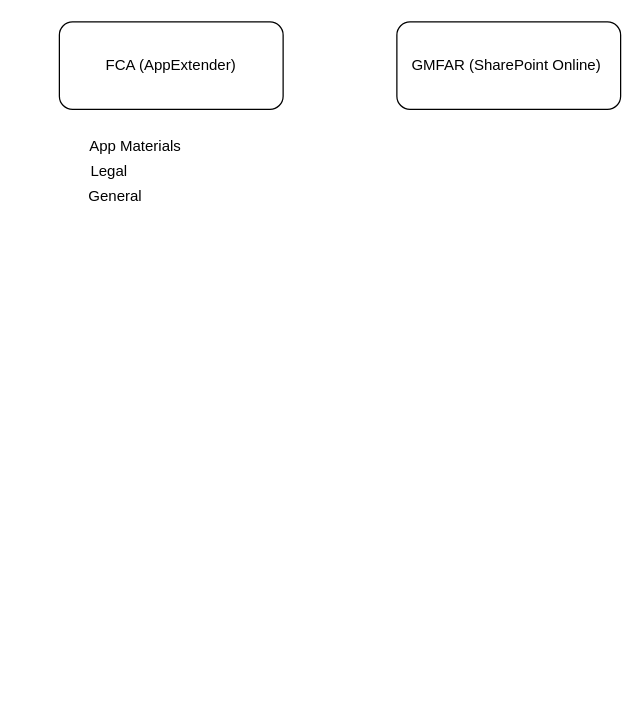
ednat14/edna keeps this draw.io diagram as page "FCA" (6 of 7) of Nintex Workflow Cloud.drawio. Above is the earlier version. Source tidied: cells renumbered, new cells numbered last; positions are measured from the earlier drawing's top-left corner, leaving out a move shared by most shapes. Both pictures are drawn from the tidied source at 125%, with x=0, y=0 at pixel (59, 21).
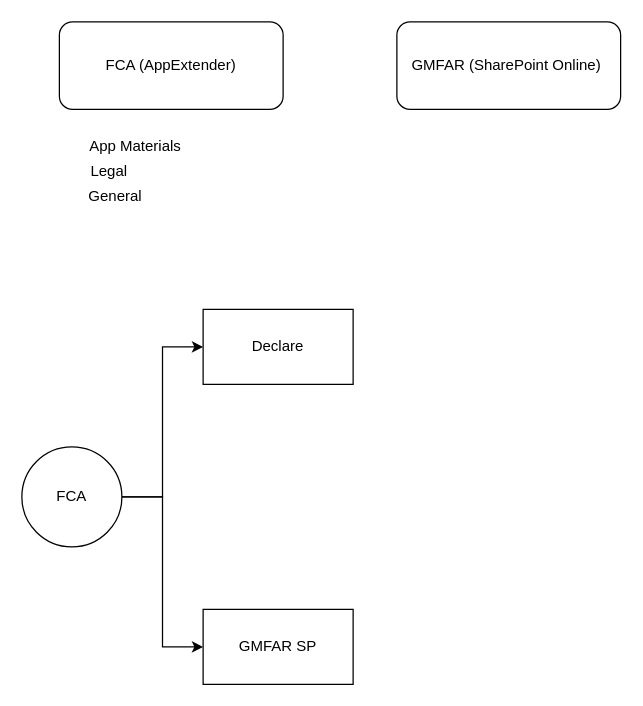
Above is the later version.

The edit, as a diff of the source:
```diff
@@
 <mxGraphModel>
   <root>
     <mxCell id="0" />
     <mxCell id="1" parent="0" />
     <mxCell id="2" value="FCA (AppExtender)" style="rounded=1;whiteSpace=wrap;html=1;" parent="1" vertex="1">
       <mxGeometry width="179" height="70" as="geometry" />
     </mxCell>
     <mxCell id="3" value="GMFAR (SharePoint Online)&amp;nbsp;" style="rounded=1;whiteSpace=wrap;html=1;" parent="1" vertex="1">
       <mxGeometry x="270" width="179" height="70" as="geometry" />
     </mxCell>
     <mxCell id="4" value="App Materials" style="text;html=1;strokeColor=none;fillColor=none;align=center;verticalAlign=middle;whiteSpace=wrap;rounded=0;" parent="1" vertex="1">
       <mxGeometry x="10.5" y="90" width="100" height="20" as="geometry" />
     </mxCell>
     <mxCell id="5" value="Legal" style="text;html=1;strokeColor=none;fillColor=none;align=center;verticalAlign=middle;whiteSpace=wrap;rounded=0;" parent="1" vertex="1">
       <mxGeometry y="110" width="80" height="20" as="geometry" />
     </mxCell>
     <mxCell id="6" value="General" style="text;html=1;strokeColor=none;fillColor=none;align=center;verticalAlign=middle;whiteSpace=wrap;rounded=0;" parent="1" vertex="1">
       <mxGeometry x="5" y="130" width="80" height="20" as="geometry" />
     </mxCell>
+    <mxCell id="7" style="edgeStyle=orthogonalEdgeStyle;rounded=0;jettySize=auto;html=1;entryX=0;entryY=0.5;entryDx=0;entryDy=0;" parent="1" edge="1" source="9" target="10">
+      <mxGeometry relative="1" as="geometry" />
+    </mxCell>
+    <mxCell id="8" style="edgeStyle=orthogonalEdgeStyle;rounded=0;jettySize=auto;html=1;exitX=1;exitY=0.5;exitDx=0;exitDy=0;entryX=0;entryY=0.5;entryDx=0;entryDy=0;" parent="1" edge="1" source="9" target="11">
+      <mxGeometry relative="1" as="geometry" />
+    </mxCell>
+    <mxCell id="9" value="FCA" style="ellipse;whiteSpace=wrap;html=1;" parent="1" vertex="1">
+      <mxGeometry x="-30" y="340" width="80" height="80" as="geometry" />
+    </mxCell>
+    <mxCell id="10" value="Declare" style="rounded=0;whiteSpace=wrap;html=1;" parent="1" vertex="1">
+      <mxGeometry x="115" y="230" width="120" height="60" as="geometry" />
+    </mxCell>
+    <mxCell id="11" value="GMFAR SP" style="rounded=0;whiteSpace=wrap;html=1;" parent="1" vertex="1">
+      <mxGeometry x="115" y="470" width="120" height="60" as="geometry" />
+    </mxCell>
   </root>
 </mxGraphModel>
```
